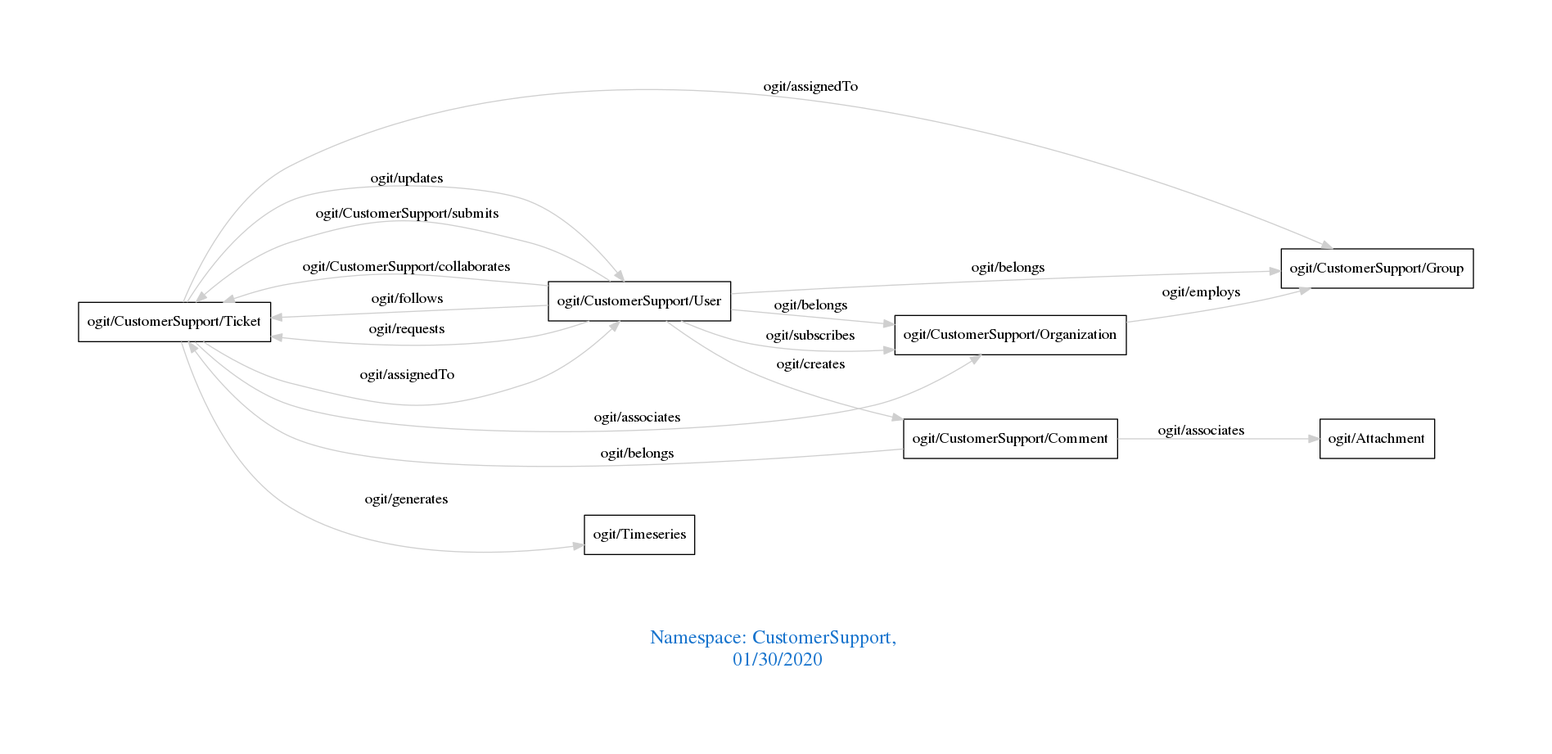
This is downloads/CustomerSupport.png from arago/OGIT, a Graphviz export, as it was before one commit. Its source is kept beside it as downloads/CustomerSupport.dot.
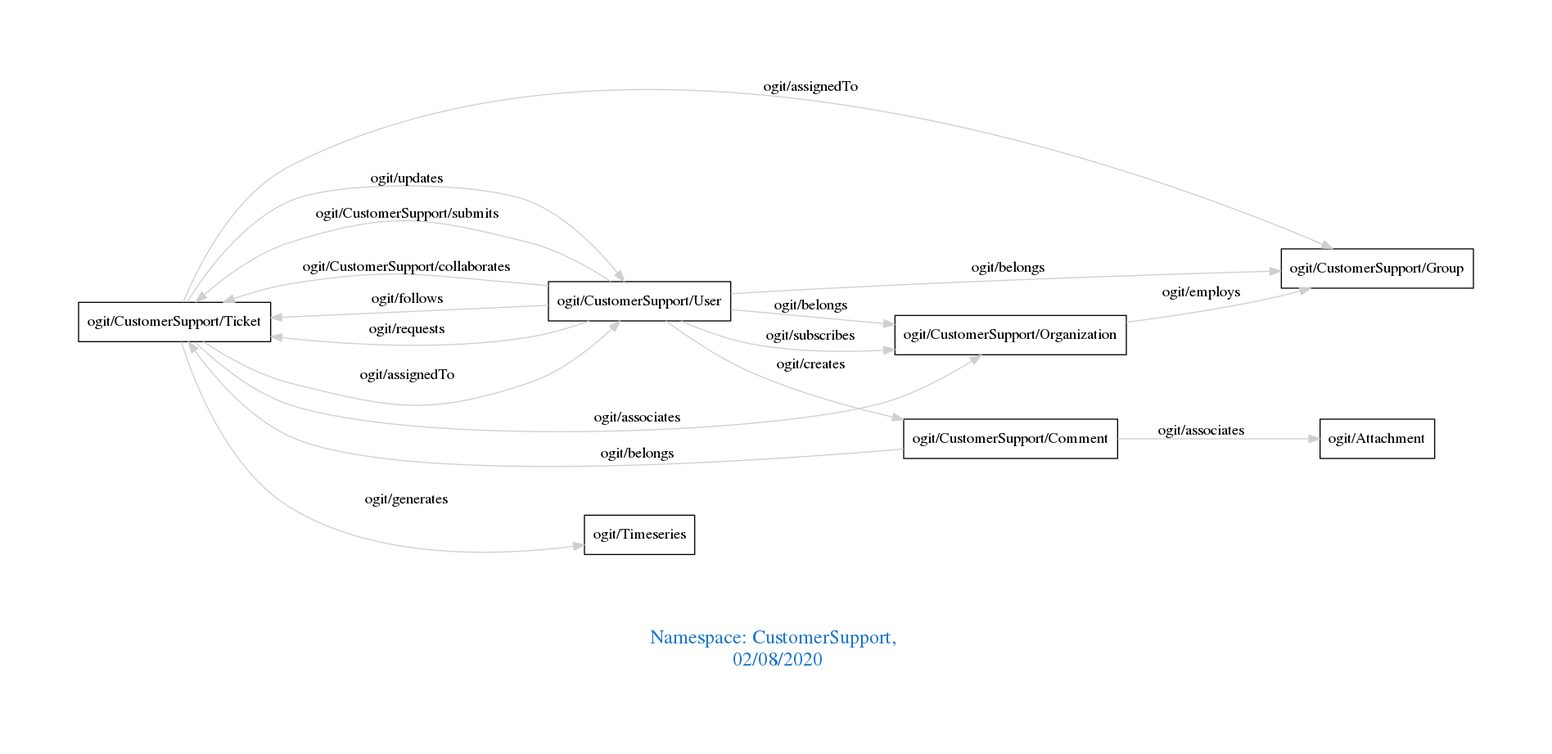
Above is the later version.

Change to the diagram source:
```diff
@@ -1,7 +1,7 @@
 digraph OGIT_ontology {
  graph [ rankdir= LR,pad=1
 fontsize = 18,
-fontcolor= dodgerblue3,label = "\n\n\nNamespace: CustomerSupport, \n 01/30/2020"];
+fontcolor= dodgerblue3,label = "\n\n\nNamespace: CustomerSupport, \n 02/08/2020"];
 node[shape=polygon];
 edge [  color="gray81"];
 
```
